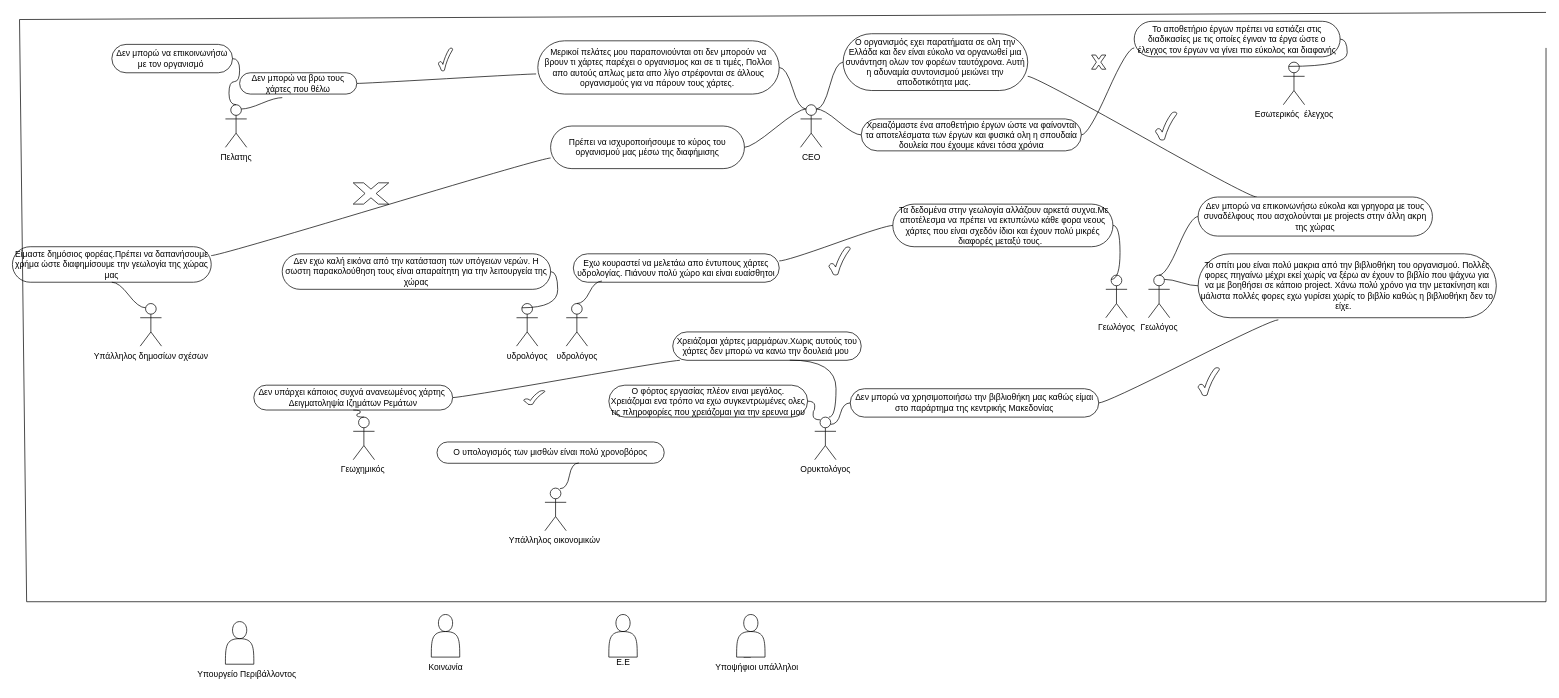
Earlier version of the draw.io diagram Ανώνυμο διάγραμμα.drawio (vag4me/Information_system). Source tidied: cells renumbered, new cells numbered last; positions are measured from the earlier drawing's top-left corner, leaving out a move shared by most shapes. Both pictures are drawn from the tidied source at 71%, with x=0, y=0 at pixel (12, 12).
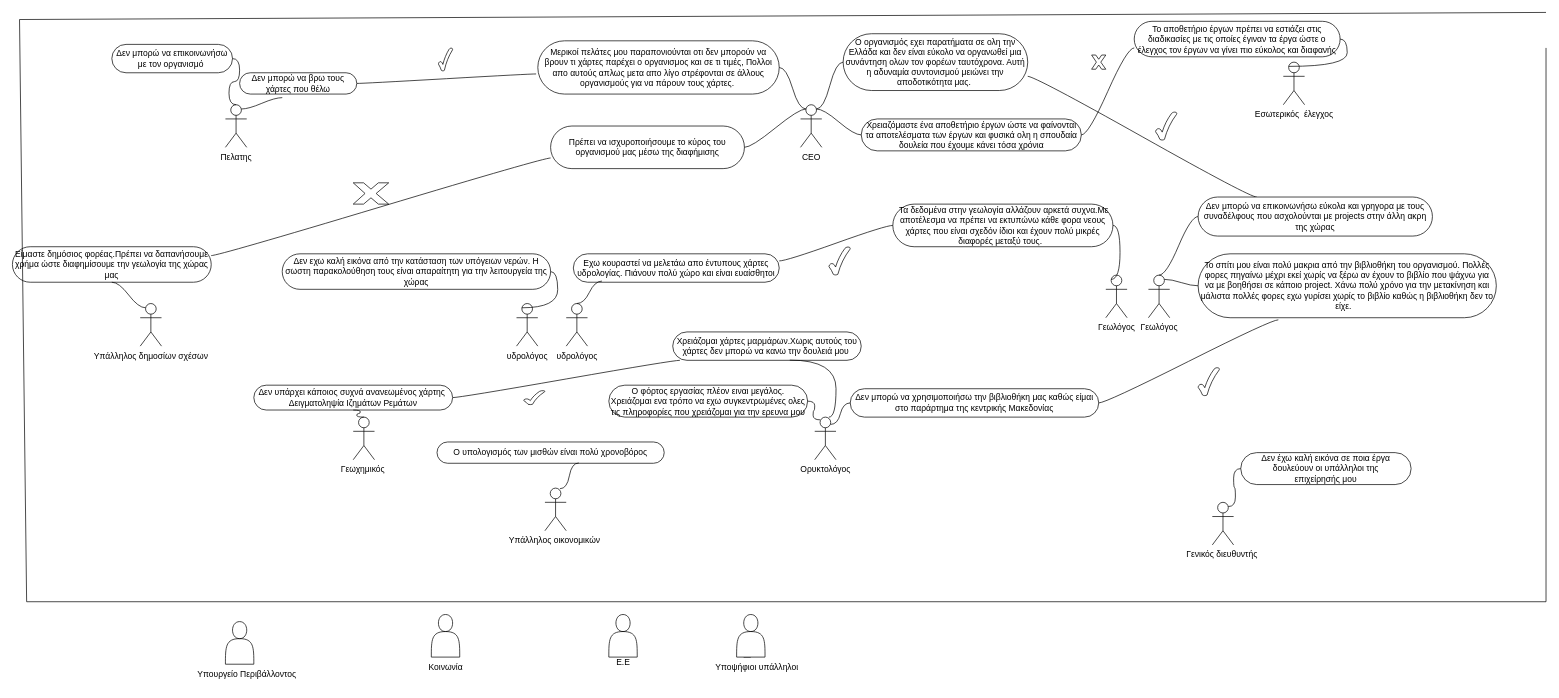
After the change.

Change to the diagram source:
```diff
@@
+    <mxCell id="73" value="Γενικός διευθυντής&amp;nbsp;" style="shape=umlActor;verticalLabelPosition=bottom;verticalAlign=top;html=1;outlineConnect=0;" parent="1" vertex="1">
+      <mxGeometry x="1690" y="690" width="30" height="60" as="geometry" />
+    </mxCell>
+    <mxCell id="74" value="Δεν έχω καλή εικόνα σε ποια έργα &lt;br/&gt;δουλεύουν οι υπάλληλοι της &lt;br/&gt;επιχείρησής μου" style="whiteSpace=wrap;html=1;rounded=1;arcSize=50;align=center;verticalAlign=middle;strokeWidth=1;spacing=4;newEdgeStyle={&quot;edgeStyle&quot;:&quot;entityRelationEdgeStyle&quot;,&quot;startArrow&quot;:&quot;none&quot;,&quot;endArrow&quot;:&quot;none&quot;,&quot;segment&quot;:10,&quot;curved&quot;:1,&quot;sourcePerimeterSpacing&quot;:0,&quot;targetPerimeterSpacing&quot;:0};" parent="1" vertex="1">
+      <mxGeometry x="1730" y="620" width="240" height="45" as="geometry" />
+    </mxCell>
+    <mxCell id="75" style="edgeStyle=entityRelationEdgeStyle;startArrow=none;endArrow=none;segment=10;curved=1;sourcePerimeterSpacing=0;targetPerimeterSpacing=0;rounded=0;exitX=0.75;exitY=0.1;exitDx=0;exitDy=0;exitPerimeter=0;" parent="1" edge="1" source="73" target="74">
+      <mxGeometry relative="1" as="geometry" />
+    </mxCell>
```
